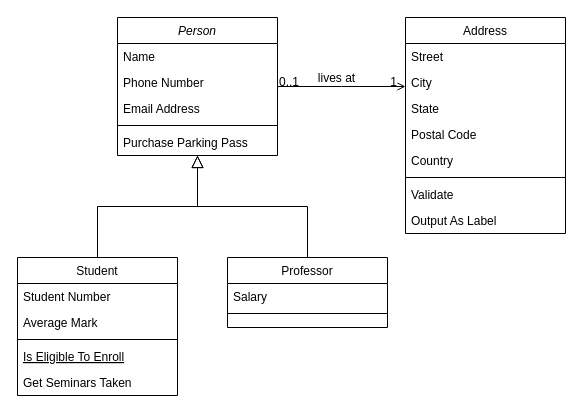
Akous285/github-classroom-content-links keeps this draw.io diagram as Untitled Diagram.drawio. Above is the earlier version. Source tidied: cells renumbered, new cells numbered last; positions are measured from the earlier drawing's top-left corner, leaving out a move shared by most shapes. Both pictures are drawn from the tidied source at 100%, with x=0, y=0 at pixel (17, 17).
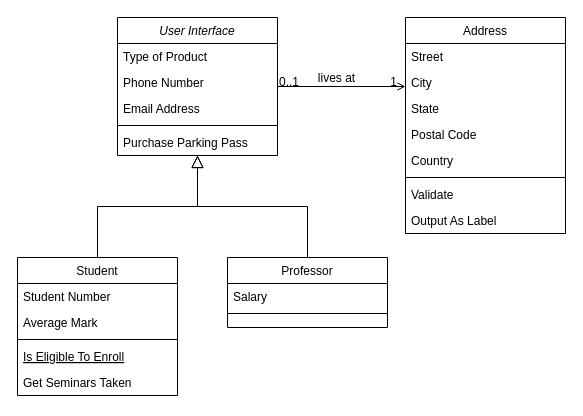
After the change.

Change to the diagram source:
```diff
@@
-    <mxCell id="2" value="Person" style="swimlane;fontStyle=2;align=center;verticalAlign=top;horizontal=1;startSize=26;rounded=0;shadow=0;strokeWidth=1;" parent="1" vertex="1">
+    <mxCell id="2" value="User Interface" style="swimlane;fontStyle=2;align=center;verticalAlign=top;horizontal=1;startSize=26;rounded=0;shadow=0;strokeWidth=1;" parent="1" vertex="1">
       <mxGeometry x="100" width="160" height="138" as="geometry" />
     </mxCell>
-    <mxCell id="3" value="Name" style="text;align=left;verticalAlign=top;spacingLeft=4;spacingRight=4;overflow=hidden;" parent="2" vertex="1">
+    <mxCell id="3" value="Type of Product" style="text;align=left;verticalAlign=top;spacingLeft=4;spacingRight=4;overflow=hidden;" parent="2" vertex="1">
       <mxGeometry y="26" width="160" height="26" as="geometry" />
     </mxCell>
```
